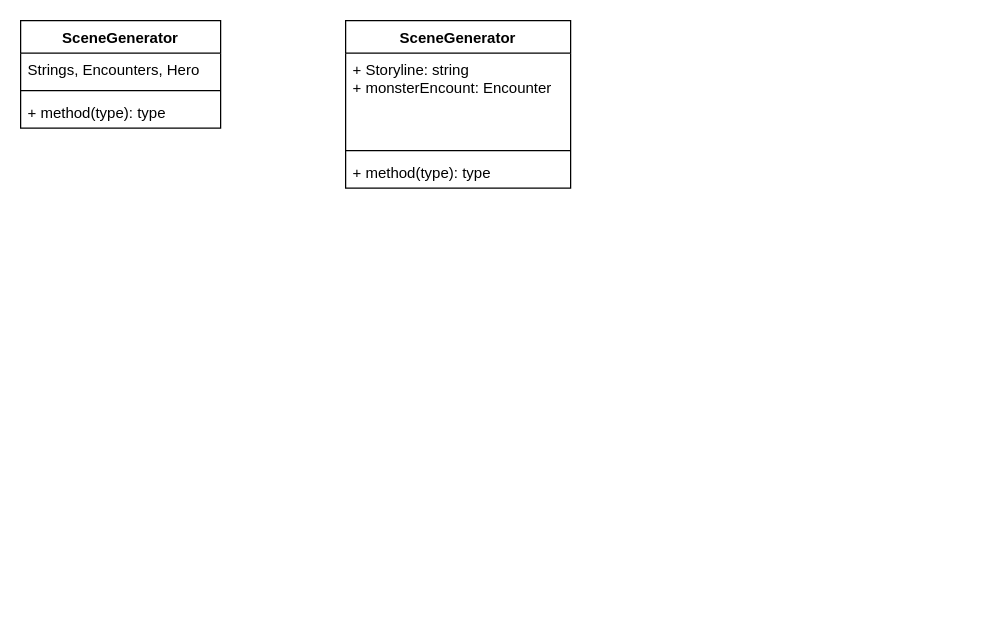
The draw.io diagram Diagrams/SceneGenerator.drawio in wtvamp/DarkGame, before the edit. Source tidied: cells renumbered, new cells numbered last; positions are measured from the earlier drawing's top-left corner, leaving out a move shared by most shapes. Both pictures are drawn from the tidied source at 125%, with x=0, y=0 at pixel (20, 20).
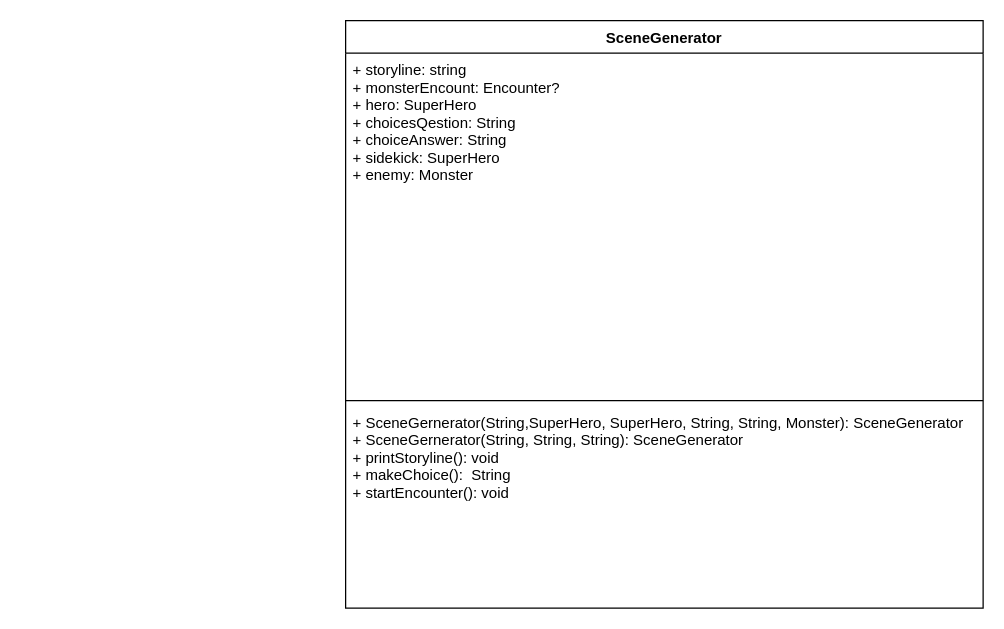
The same diagram, later.

The edit, as a diff of the source:
```diff
@@
 <mxGraphModel>
   <root>
     <mxCell id="0" />
     <mxCell id="1" parent="0" />
-    <mxCell id="2" value="SceneGenerator" style="swimlane;fontStyle=1;align=center;verticalAlign=top;horizontal=1;startSize=26;" parent="1" vertex="1">
-      <mxGeometry width="160" height="86" as="geometry" />
-    </mxCell>
-    <mxCell id="3" value="Strings, Encounters, Hero " style="text;strokeColor=none;fillColor=none;align=left;verticalAlign=top;spacingLeft=4;spacingRight=4;overflow=hidden;" parent="2" vertex="1">
-      <mxGeometry y="26" width="160" height="26" as="geometry" />
-    </mxCell>
-    <mxCell id="4" style="line;strokeWidth=1;fillColor=none;align=left;verticalAlign=middle;spacingTop=-1;spacingLeft=3;spacingRight=3;labelPosition=right;" parent="2" vertex="1">
-      <mxGeometry y="52" width="160" height="8" as="geometry" />
-    </mxCell>
-    <mxCell id="5" value="+ method(type): type" style="text;strokeColor=none;fillColor=none;align=left;verticalAlign=top;spacingLeft=4;spacingRight=4;overflow=hidden;" parent="2" vertex="1">
-      <mxGeometry y="60" width="160" height="26" as="geometry" />
-    </mxCell>
     <mxCell id="6" value="SceneGenerator" style="swimlane;fontStyle=1;align=center;verticalAlign=top;horizontal=1;startSize=26;" parent="1" vertex="1">
-      <mxGeometry x="260" width="180" height="134" as="geometry" />
+      <mxGeometry x="260" width="510" height="470" as="geometry" />
     </mxCell>
-    <mxCell id="7" value="+ Storyline: string&#10;+ monsterEncount: Encounter" style="text;strokeColor=none;fillColor=none;align=left;verticalAlign=top;spacingLeft=4;spacingRight=4;overflow=hidden;" parent="6" vertex="1">
-      <mxGeometry y="26" width="180" height="74" as="geometry" />
+    <mxCell id="7" value="+ storyline: string&#10;+ monsterEncount: Encounter?&#10;+ hero: SuperHero&#10;+ choicesQestion: String&#10;+ choiceAnswer: String&#10;+ sidekick: SuperHero&#10;+ enemy: Monster&#10;&#10;" style="text;strokeColor=none;fillColor=none;align=left;verticalAlign=top;spacingLeft=4;spacingRight=4;overflow=hidden;" parent="6" vertex="1">
+      <mxGeometry y="26" width="510" height="274" as="geometry" />
     </mxCell>
     <mxCell id="8" style="line;strokeWidth=1;fillColor=none;align=left;verticalAlign=middle;spacingTop=-1;spacingLeft=3;spacingRight=3;labelPosition=right;" parent="6" vertex="1">
-      <mxGeometry y="100" width="180" height="8" as="geometry" />
+      <mxGeometry y="300" width="510" height="8" as="geometry" />
     </mxCell>
-    <mxCell id="9" value="+ method(type): type" style="text;strokeColor=none;fillColor=none;align=left;verticalAlign=top;spacingLeft=4;spacingRight=4;overflow=hidden;" parent="6" vertex="1">
-      <mxGeometry y="108" width="180" height="26" as="geometry" />
+    <mxCell id="9" value="+ SceneGernerator(String,SuperHero, SuperHero, String, String, Monster): SceneGenerator  &#10;+ SceneGernerator(String, String, String): SceneGenerator&#10;+ printStoryline(): void&#10;+ makeChoice():  String  &#10;+ startEncounter(): void&#10;&#10;" style="text;strokeColor=none;fillColor=none;align=left;verticalAlign=top;spacingLeft=4;spacingRight=4;overflow=hidden;" parent="6" vertex="1">
+      <mxGeometry y="308" width="510" height="162" as="geometry" />
     </mxCell>
   </root>
 </mxGraphModel>
```
